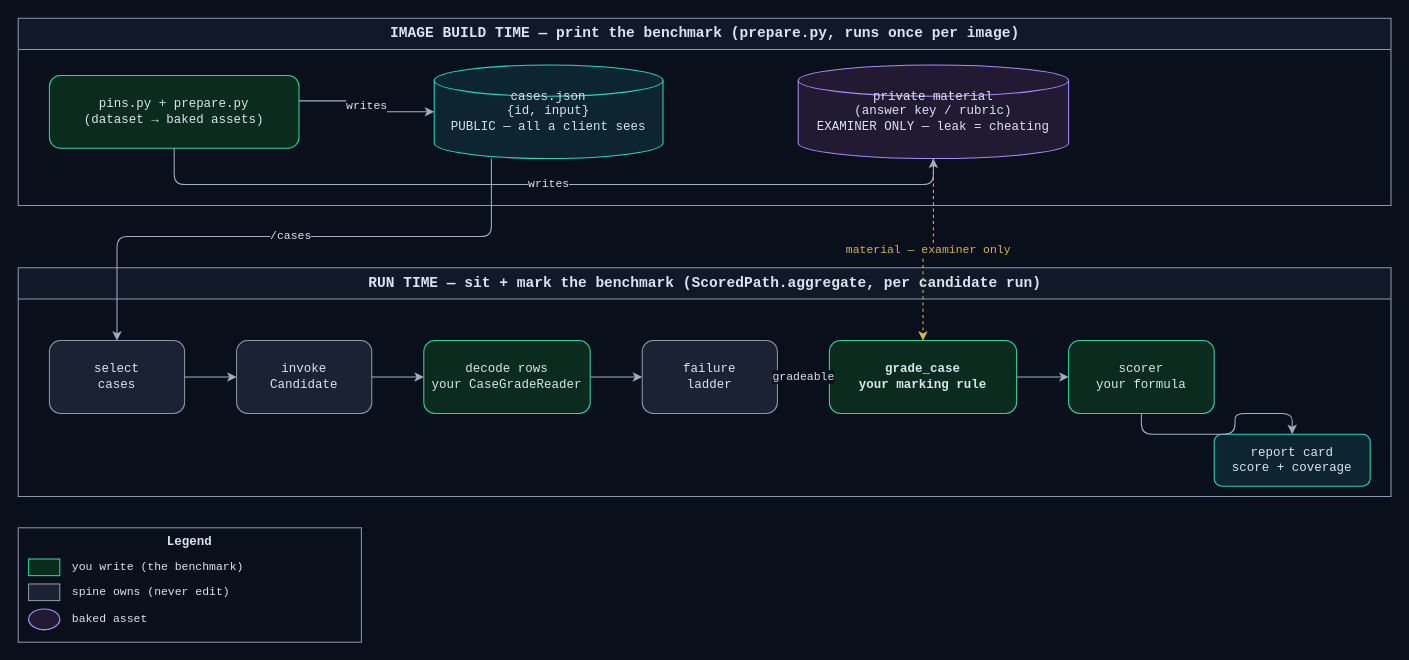
Above: apps/screamingface-engine/docs/diagrams/benchmark-authoring-seam.drawio in ScreamingFace/screamingface (draw.io), before the change. Source tidied: cells renumbered, new cells numbered last; positions are measured from the earlier drawing's top-left corner, leaving out a move shared by most shapes. Both pictures are drawn from the tidied source at 104%, with x=0, y=0 at pixel (18, 18).
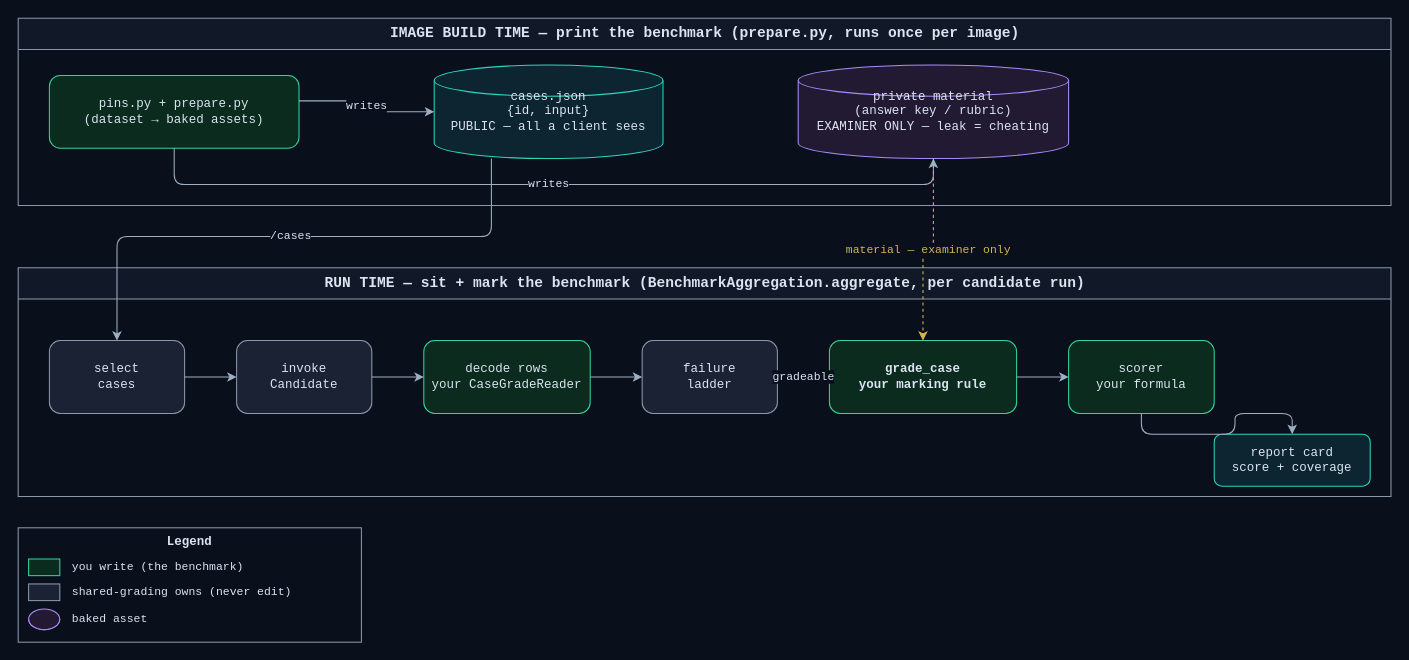
The same page after the edit.

The change refers to these unchanged cells:
```xml
<mxCell id="24" value="Legend" style="rounded=0;whiteSpace=wrap;html=1;fillColor=none;strokeColor=#8b98ab;fontColor=#dbe4f0;fontFamily=Courier New;fontSize=12;verticalAlign=top;fontStyle=1;" parent="1" vertex="1">
  <mxGeometry y="490" width="330" height="110" as="geometry" />
</mxCell>
```

The edit, as a diff of the source:
```diff
@@
-    <mxCell id="8" value="RUN TIME — sit + mark the benchmark (ScoredPath.aggregate, per candidate run)" style="swimlane;startSize=30;html=1;fillColor=#111827;strokeColor=#8b98ab;fontColor=#dbe4f0;fontFamily=Courier New;fontSize=14;fontStyle=1;" parent="1" vertex="1">
+    <mxCell id="8" value="RUN TIME — sit + mark the benchmark (BenchmarkAggregation.aggregate, per candidate run)" style="swimlane;startSize=30;html=1;fillColor=#111827;strokeColor=#8b98ab;fontColor=#dbe4f0;fontFamily=Courier New;fontSize=14;fontStyle=1;" parent="1" vertex="1">
       <mxGeometry y="240" width="1320" height="220" as="geometry" />
     </mxCell>
@@
-    <mxCell id="28" value="spine owns (never edit)" style="text;html=1;align=left;verticalAlign=middle;fontColor=#dbe4f0;fontFamily=Courier New;fontSize=11;" parent="24" vertex="1">
+    <mxCell id="28" value="shared-grading owns (never edit)" style="text;html=1;align=left;verticalAlign=middle;fontColor=#dbe4f0;fontFamily=Courier New;fontSize=11;" parent="24" vertex="1">
       <mxGeometry x="50" y="52" width="270" height="20" as="geometry" />
     </mxCell>
```
